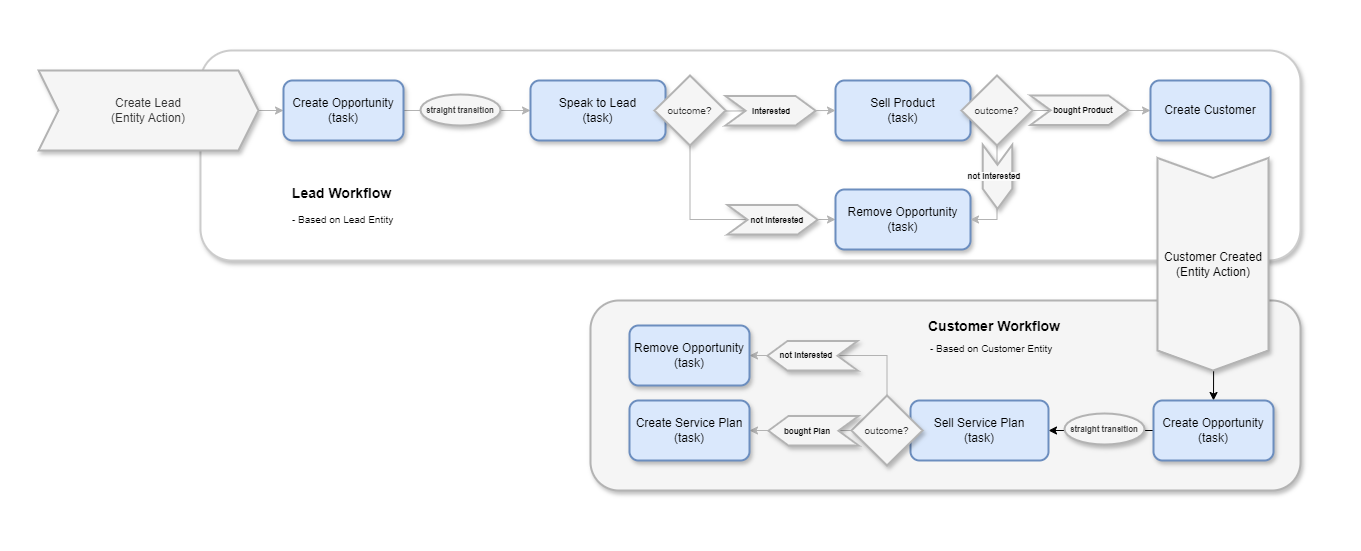
This is images/abscus.example.png from CodeShayk/abacus.net, a draw.io export, as it was before one commit. Source tidied: cells renumbered, new cells last; positions are measured from the earlier drawing's top-left corner, leaving out a move shared by most shapes.
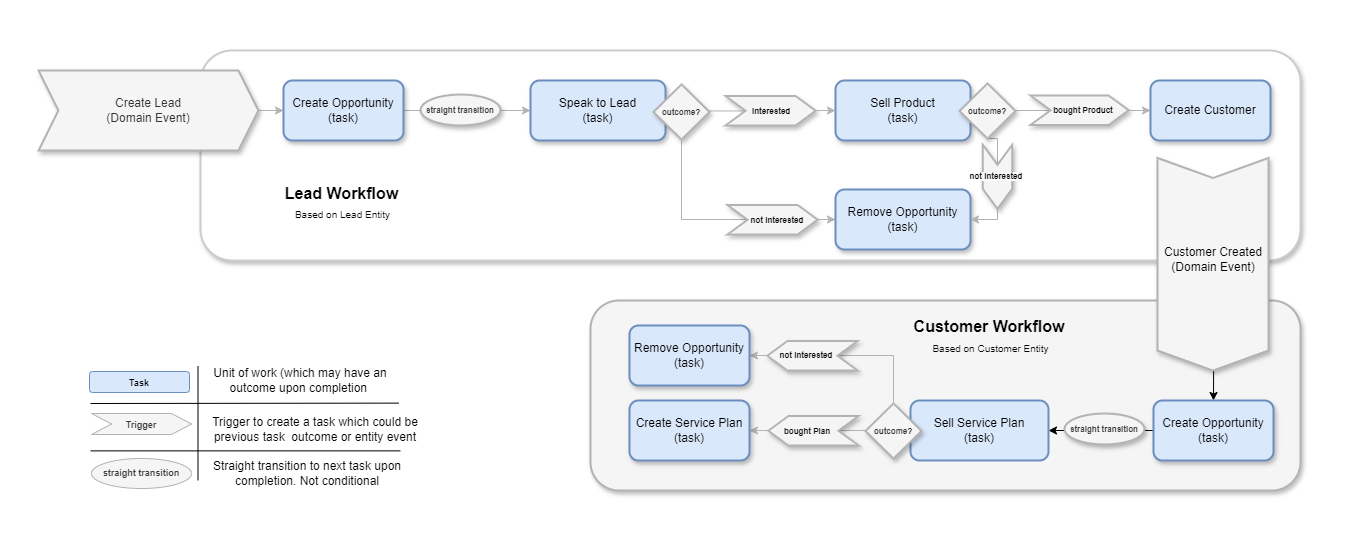
The same diagram one commit later.

Diff of the diagram source:
```diff
@@ -14,7 +14,7 @@
     <mxCell id="5" style="edgeStyle=orthogonalEdgeStyle;rounded=0;jettySize=auto;html=1;strokeColor=#B3B3B3;" parent="1" edge="1" source="6" target="9">
       <mxGeometry relative="1" as="geometry" />
     </mxCell>
-    <mxCell id="6" value="Create Lead&lt;div&gt;(Entity Action)&lt;/div&gt;" style="shape=step;perimeter=stepPerimeter;whiteSpace=wrap;html=1;fixedSize=1;strokeColor=#B3B3B3;fillColor=#f5f5f5;fontColor=#333333;strokeWidth=2;shadow=1;" parent="1" vertex="1">
+    <mxCell id="6" value="Create Lead&lt;div&gt;(Domain Event)&lt;/div&gt;" style="shape=step;perimeter=stepPerimeter;whiteSpace=wrap;html=1;fixedSize=1;strokeColor=#B3B3B3;fillColor=#f5f5f5;fontColor=#333333;strokeWidth=2;shadow=1;" parent="1" vertex="1">
       <mxGeometry x="38" y="70" width="220" height="80" as="geometry" />
     </mxCell>
     <mxCell id="7" style="edgeStyle=orthogonalEdgeStyle;rounded=0;jettySize=auto;html=1;exitX=0.5;exitY=1;exitDx=0;exitDy=0;entryX=0;entryY=0.5;entryDx=0;entryDy=0;strokeColor=#B3B3B3;" parent="1" edge="1" source="19" target="10">
@@ -45,10 +45,10 @@
         </Array>
       </mxGeometry>
     </mxCell>
-    <mxCell id="15" value="outcome?" style="rhombus;whiteSpace=wrap;html=1;fontSize=10;fillColor=#f5f5f5;fontColor=#333333;strokeColor=#B3B3B3;strokeWidth=2;shadow=1;" parent="1" vertex="1">
-      <mxGeometry x="961" y="75" width="71" height="70" as="geometry" />
+    <mxCell id="15" value="outcome?" style="rhombus;whiteSpace=wrap;html=1;fontSize=8;fillColor=#f5f5f5;fontColor=#333333;strokeColor=#B3B3B3;strokeWidth=2;shadow=1;fontStyle=1;labelBackgroundColor=none;" parent="1" vertex="1">
+      <mxGeometry x="959" y="83" width="56" height="55" as="geometry" />
     </mxCell>
-    <mxCell id="16" value="Lead Workflow" style="text;html=1;align=center;verticalAlign=middle;whiteSpace=wrap;rounded=0;fontStyle=1;fontSize=14;" parent="1" vertex="1">
+    <mxCell id="16" value="Lead Workflow" style="text;html=1;align=center;verticalAlign=middle;whiteSpace=wrap;rounded=0;fontStyle=1;fontSize=16;" parent="1" vertex="1">
       <mxGeometry x="283" y="178.2" width="117" height="30" as="geometry" />
     </mxCell>
     <mxCell id="17" style="edgeStyle=orthogonalEdgeStyle;rounded=0;jettySize=auto;html=1;entryX=0;entryY=0.5;entryDx=0;entryDy=0;strokeColor=#B3B3B3;" parent="1" edge="1" target="12">
@@ -59,8 +59,8 @@
     <mxCell id="18" value="Speak to Lead&lt;div&gt;(task)&lt;/div&gt;" style="rounded=1;whiteSpace=wrap;html=1;fillColor=#dae8fc;strokeColor=#6c8ebf;strokeWidth=2;shadow=1;" parent="1" vertex="1">
       <mxGeometry x="530" y="80" width="135" height="60" as="geometry" />
     </mxCell>
-    <mxCell id="19" value="&lt;font style=&quot;font-size: 10px;&quot;&gt;outcome?&lt;/font&gt;" style="rhombus;whiteSpace=wrap;html=1;fillColor=#f5f5f5;fontColor=#333333;strokeColor=#B3B3B3;strokeWidth=2;shadow=1;" parent="1" vertex="1">
-      <mxGeometry x="654" y="75" width="71" height="70" as="geometry" />
+    <mxCell id="19" value="&lt;font style=&quot;font-size: 8px;&quot;&gt;outcome?&lt;/font&gt;" style="rhombus;whiteSpace=wrap;html=1;fillColor=#f5f5f5;fontColor=#333333;strokeColor=#B3B3B3;strokeWidth=2;shadow=1;fontSize=8;fontStyle=1;" parent="1" vertex="1">
+      <mxGeometry x="653" y="84" width="56" height="55" as="geometry" />
     </mxCell>
     <mxCell id="20" value="straight transition" style="ellipse;whiteSpace=wrap;html=1;fontSize=8;fontStyle=1;fillColor=#f5f5f5;fontColor=#333333;strokeColor=#B3B3B3;strokeWidth=2;shadow=1;labelBackgroundColor=none;" parent="1" vertex="1">
       <mxGeometry x="420" y="94" width="80" height="31" as="geometry" />
@@ -73,8 +73,8 @@
     <mxCell id="22" style="shape=step;perimeter=stepPerimeter;whiteSpace=wrap;html=1;fixedSize=1;rotation=90;strokeColor=#B3B3B3;fillColor=#f5f5f5;fontColor=#333333;strokeWidth=2;shadow=1;" parent="1" vertex="1">
       <mxGeometry x="1106.2" y="208.2" width="212.5" height="111" as="geometry" />
     </mxCell>
-    <mxCell id="23" value="&lt;br style=&quot;border-color: var(--border-color); color: rgb(0, 0, 0); font-family: Helvetica; font-size: 12px; font-style: normal; font-variant-ligatures: normal; font-variant-caps: normal; font-weight: 400; letter-spacing: normal; orphans: 2; text-indent: 0px; text-transform: none; widows: 2; word-spacing: 0px; -webkit-text-stroke-width: 0px; white-space: normal; text-decoration-thickness: initial; text-decoration-style: initial; text-decoration-color: initial;&quot;&gt;&lt;span style=&quot;border-color: var(--border-color); color: rgb(0, 0, 0); font-family: Helvetica; font-size: 12px; font-style: normal; font-variant-ligatures: normal; font-variant-caps: normal; font-weight: 400; letter-spacing: normal; orphans: 2; text-indent: 0px; text-transform: none; widows: 2; word-spacing: 0px; -webkit-text-stroke-width: 0px; white-space: normal; text-decoration-thickness: initial; text-decoration-style: initial; text-decoration-color: initial; float: none; display: inline !important;&quot;&gt;Customer Created&lt;/span&gt;&lt;div style=&quot;border-color: var(--border-color); color: rgb(0, 0, 0); font-family: Helvetica; font-size: 12px; font-style: normal; font-variant-ligatures: normal; font-variant-caps: normal; font-weight: 400; letter-spacing: normal; orphans: 2; text-indent: 0px; text-transform: none; widows: 2; word-spacing: 0px; -webkit-text-stroke-width: 0px; white-space: normal; text-decoration-thickness: initial; text-decoration-style: initial; text-decoration-color: initial;&quot;&gt;(Entity Action)&lt;/div&gt;" style="text;whiteSpace=wrap;html=1;align=center;labelBackgroundColor=none;" parent="1" vertex="1">
-      <mxGeometry x="1158" y="229" width="110" height="60" as="geometry" />
+    <mxCell id="23" value="&lt;br style=&quot;border-color: var(--border-color); color: rgb(0, 0, 0); font-family: Helvetica; font-size: 12px; font-style: normal; font-variant-ligatures: normal; font-variant-caps: normal; font-weight: 400; letter-spacing: normal; orphans: 2; text-indent: 0px; text-transform: none; widows: 2; word-spacing: 0px; -webkit-text-stroke-width: 0px; white-space: normal; text-decoration-thickness: initial; text-decoration-style: initial; text-decoration-color: initial;&quot;&gt;&lt;span style=&quot;border-color: var(--border-color); color: rgb(0, 0, 0); font-family: Helvetica; font-size: 12px; font-style: normal; font-variant-ligatures: normal; font-variant-caps: normal; font-weight: 400; letter-spacing: normal; orphans: 2; text-indent: 0px; text-transform: none; widows: 2; word-spacing: 0px; -webkit-text-stroke-width: 0px; white-space: normal; text-decoration-thickness: initial; text-decoration-style: initial; text-decoration-color: initial; float: none; display: inline !important;&quot;&gt;Customer Created&lt;/span&gt;&lt;div style=&quot;border-color: var(--border-color); color: rgb(0, 0, 0); font-family: Helvetica; font-size: 12px; font-style: normal; font-variant-ligatures: normal; font-variant-caps: normal; font-weight: 400; letter-spacing: normal; orphans: 2; text-indent: 0px; text-transform: none; widows: 2; word-spacing: 0px; -webkit-text-stroke-width: 0px; white-space: normal; text-decoration-thickness: initial; text-decoration-style: initial; text-decoration-color: initial;&quot;&gt;(Domain Event)&lt;/div&gt;" style="text;whiteSpace=wrap;html=1;align=center;labelBackgroundColor=none;" parent="1" vertex="1">
+      <mxGeometry x="1158" y="224" width="110" height="60" as="geometry" />
     </mxCell>
     <mxCell id="24" style="edgeStyle=orthogonalEdgeStyle;rounded=0;jettySize=auto;html=1;" parent="1" edge="1" source="25" target="27">
       <mxGeometry relative="1" as="geometry" />
@@ -94,8 +94,8 @@
     <mxCell id="29" style="edgeStyle=orthogonalEdgeStyle;rounded=0;jettySize=auto;html=1;entryX=1;entryY=0.5;entryDx=0;entryDy=0;exitX=0.5;exitY=0;exitDx=0;exitDy=0;strokeColor=#B3B3B3;" parent="1" edge="1" source="30" target="32">
       <mxGeometry relative="1" as="geometry" />
     </mxCell>
-    <mxCell id="30" value="outcome?" style="rhombus;whiteSpace=wrap;html=1;fontSize=10;fillColor=#f5f5f5;fontColor=#333333;strokeColor=#B3B3B3;strokeWidth=2;shadow=1;" parent="1" vertex="1">
-      <mxGeometry x="851" y="395" width="71" height="70" as="geometry" />
+    <mxCell id="30" value="outcome?" style="rhombus;whiteSpace=wrap;html=1;fontSize=8;fillColor=#f5f5f5;fontColor=#333333;strokeColor=#B3B3B3;strokeWidth=2;shadow=1;fontStyle=1;labelBackgroundColor=none;" parent="1" vertex="1">
+      <mxGeometry x="865" y="403" width="56" height="55" as="geometry" />
     </mxCell>
     <mxCell id="31" value="Create Service Plan&lt;div&gt;(task)&lt;/div&gt;" style="rounded=1;whiteSpace=wrap;html=1;fillColor=#dae8fc;strokeColor=#6c8ebf;strokeWidth=2;shadow=1;" parent="1" vertex="1">
       <mxGeometry x="629" y="400" width="120" height="60" as="geometry" />
@@ -103,8 +103,8 @@
     <mxCell id="32" value="Remove Opportunity&lt;div&gt;(task)&lt;/div&gt;" style="rounded=1;whiteSpace=wrap;html=1;fillColor=#dae8fc;strokeColor=#6c8ebf;strokeWidth=2;shadow=1;" parent="1" vertex="1">
       <mxGeometry x="629" y="325" width="120" height="60" as="geometry" />
     </mxCell>
-    <mxCell id="33" value="Customer Workflow" style="text;html=1;align=center;verticalAlign=middle;whiteSpace=wrap;rounded=0;fontStyle=1;fontSize=14;" parent="1" vertex="1">
-      <mxGeometry x="924" y="311" width="140" height="30" as="geometry" />
+    <mxCell id="33" value="Customer Workflow" style="text;html=1;align=center;verticalAlign=middle;whiteSpace=wrap;rounded=0;fontStyle=1;fontSize=16;" parent="1" vertex="1">
+      <mxGeometry x="906" y="311" width="166" height="30" as="geometry" />
     </mxCell>
     <mxCell id="34" value="&lt;span style=&quot;font-size: 8px; font-weight: 700;&quot;&gt;&amp;nbsp;interested&lt;/span&gt;" style="shape=step;perimeter=stepPerimeter;whiteSpace=wrap;html=1;fixedSize=1;fillColor=#f5f5f5;strokeColor=#B3B3B3;strokeWidth=2;shadow=1;" parent="1" vertex="1">
       <mxGeometry x="725" y="95.5" width="90" height="29.5" as="geometry" />
@@ -125,7 +125,7 @@
       <mxGeometry x="965" y="161.5" width="64" height="29.5" as="geometry" />
     </mxCell>
     <mxCell id="40" value="&lt;span style=&quot;color: rgb(0, 0, 0); font-family: Helvetica; font-size: 8px; font-style: normal; font-variant-ligatures: normal; font-variant-caps: normal; font-weight: 700; letter-spacing: normal; orphans: 2; text-indent: 0px; text-transform: none; widows: 2; word-spacing: 0px; -webkit-text-stroke-width: 0px; white-space: normal; background-color: rgb(251, 251, 251); text-decoration-thickness: initial; text-decoration-style: initial; text-decoration-color: initial; float: none; display: inline !important;&quot;&gt;not interested&lt;/span&gt;" style="text;whiteSpace=wrap;html=1;align=center;" parent="1" vertex="1">
-      <mxGeometry x="964" y="161" width="60" height="30" as="geometry" />
+      <mxGeometry x="966" y="161" width="60" height="30" as="geometry" />
     </mxCell>
     <mxCell id="41" style="shape=step;perimeter=stepPerimeter;whiteSpace=wrap;html=1;fixedSize=1;rotation=-180;fillColor=#f5f5f5;strokeColor=#B3B3B3;strokeWidth=2;shadow=1;" parent="1" vertex="1">
       <mxGeometry x="768" y="415.5" width="90" height="29.5" as="geometry" />
@@ -139,11 +139,47 @@
     <mxCell id="44" value="&lt;span style=&quot;color: rgb(0, 0, 0); font-family: Helvetica; font-size: 8px; font-style: normal; font-variant-ligatures: normal; font-variant-caps: normal; font-weight: 700; letter-spacing: normal; orphans: 2; text-indent: 0px; text-transform: none; widows: 2; word-spacing: 0px; -webkit-text-stroke-width: 0px; white-space: normal; text-decoration-thickness: initial; text-decoration-style: initial; text-decoration-color: initial; float: none; display: inline !important;&quot;&gt;not interested&lt;/span&gt;" style="text;whiteSpace=wrap;html=1;align=center;labelBackgroundColor=none;" parent="1" vertex="1">
       <mxGeometry x="776" y="340" width="60" height="20" as="geometry" />
     </mxCell>
-    <mxCell id="45" value="- Based on Lead Entity" style="text;html=1;align=left;verticalAlign=middle;whiteSpace=wrap;rounded=0;fontSize=10;" parent="1" vertex="1">
-      <mxGeometry x="290" y="204" width="125" height="30" as="geometry" />
+    <mxCell id="45" value="Based on Lead Entity" style="text;html=1;align=center;verticalAlign=middle;whiteSpace=wrap;rounded=0;fontSize=10;" parent="1" vertex="1">
+      <mxGeometry x="280" y="199" width="125" height="30" as="geometry" />
     </mxCell>
-    <mxCell id="46" value="- Based on Customer Entity" style="text;html=1;align=left;verticalAlign=middle;whiteSpace=wrap;rounded=0;fontSize=10;" parent="1" vertex="1">
+    <mxCell id="46" value="Based on Customer Entity" style="text;html=1;align=center;verticalAlign=middle;whiteSpace=wrap;rounded=0;fontSize=10;" parent="1" vertex="1">
       <mxGeometry x="928" y="333" width="125" height="30" as="geometry" />
     </mxCell>
+    <mxCell id="47" style="endArrow=none;html=1;rounded=0;exitX=0.25;exitY=1;exitDx=0;exitDy=0;entryX=0.25;entryY=0;entryDx=0;entryDy=0;" parent="1" edge="1">
+      <mxGeometry relative="1" as="geometry">
+        <mxPoint x="197.5" y="480" as="sourcePoint" />
+        <mxPoint x="197.5" y="365.5" as="targetPoint" />
+      </mxGeometry>
+    </mxCell>
+    <mxCell id="48" style="endArrow=none;html=1;rounded=0;entryX=0.995;entryY=0.429;entryDx=0;entryDy=0;entryPerimeter=0;" parent="1" edge="1">
+      <mxGeometry relative="1" as="geometry">
+        <mxPoint x="90" y="403" as="sourcePoint" />
+        <mxPoint x="398.5" y="402.6" as="targetPoint" />
+      </mxGeometry>
+    </mxCell>
+    <mxCell id="49" style="endArrow=none;html=1;rounded=0;exitX=0;exitY=0.75;exitDx=0;exitDy=0;entryX=1;entryY=0.75;entryDx=0;entryDy=0;" parent="1" edge="1">
+      <mxGeometry relative="1" as="geometry">
+        <mxPoint x="90" y="450.4" as="sourcePoint" />
+        <mxPoint x="400" y="450.4" as="targetPoint" />
+      </mxGeometry>
+    </mxCell>
+    <mxCell id="50" value="&lt;font style=&quot;font-size: 9px;&quot;&gt;&lt;b&gt;Task&lt;/b&gt;&lt;/font&gt;" style="rounded=1;whiteSpace=wrap;html=1;fillColor=#dae8fc;strokeColor=#6c8ebf;" parent="1" vertex="1">
+      <mxGeometry x="89" y="371" width="100" height="21" as="geometry" />
+    </mxCell>
+    <mxCell id="51" value="&lt;font style=&quot;font-size: 9px;&quot;&gt;&lt;b&gt;Trigger&lt;/b&gt;&lt;/font&gt;" style="shape=step;perimeter=stepPerimeter;whiteSpace=wrap;html=1;fixedSize=1;fillColor=#f5f5f5;fontColor=#333333;strokeColor=#B3B3B3;" parent="1" vertex="1">
+      <mxGeometry x="91" y="413" width="100" height="21" as="geometry" />
+    </mxCell>
+    <mxCell id="52" value="Unit of work (which may have an outcome upon completion&amp;nbsp;" style="text;html=1;align=center;verticalAlign=middle;whiteSpace=wrap;rounded=0;" parent="1" vertex="1">
+      <mxGeometry x="200" y="365" width="200" height="30" as="geometry" />
+    </mxCell>
+    <mxCell id="53" value="Trigger to create a task which could be previous task&amp;nbsp; outcome or entity event" style="text;html=1;align=center;verticalAlign=middle;whiteSpace=wrap;rounded=0;" parent="1" vertex="1">
+      <mxGeometry x="200" y="413.5" width="230" height="30" as="geometry" />
+    </mxCell>
+    <mxCell id="54" value="&lt;b&gt;&lt;font style=&quot;font-size: 9px;&quot;&gt;straight transition&lt;/font&gt;&lt;/b&gt;" style="ellipse;whiteSpace=wrap;html=1;fontSize=8;fontStyle=0;fillColor=#f5f5f5;fontColor=#333333;strokeColor=#B3B3B3;strokeWidth=1;shadow=0;labelBackgroundColor=none;" parent="1" vertex="1">
+      <mxGeometry x="91" y="458" width="100" height="30" as="geometry" />
+    </mxCell>
+    <mxCell id="55" value="Straight transition to next task upon completion. Not conditional" style="text;html=1;align=center;verticalAlign=middle;whiteSpace=wrap;rounded=0;" parent="1" vertex="1">
+      <mxGeometry x="192" y="457.5" width="230" height="30" as="geometry" />
+    </mxCell>
   </root>
 </mxGraphModel>
```
